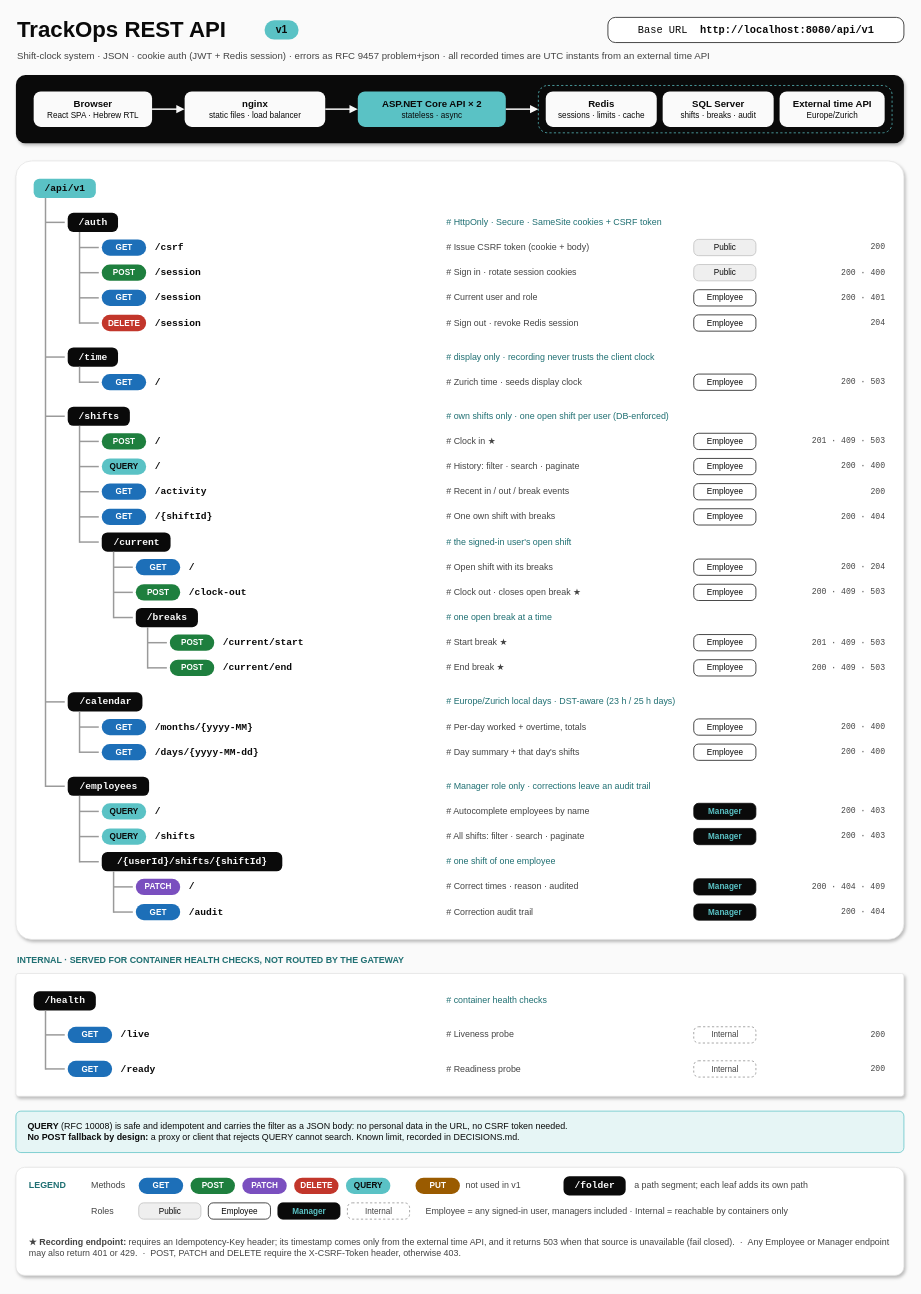
Before: page "API map" (1 of 2) of docs/api/rest-api.drawio in JusticeIL/TrackOps, a draw.io diagram. Source tidied: cells renumbered, new cells numbered last; positions are measured from the earlier drawing's top-left corner, leaving out a move shared by most shapes. Both pictures are drawn from the tidied source at 74%, with x=0, y=0 at pixel (16, 13).
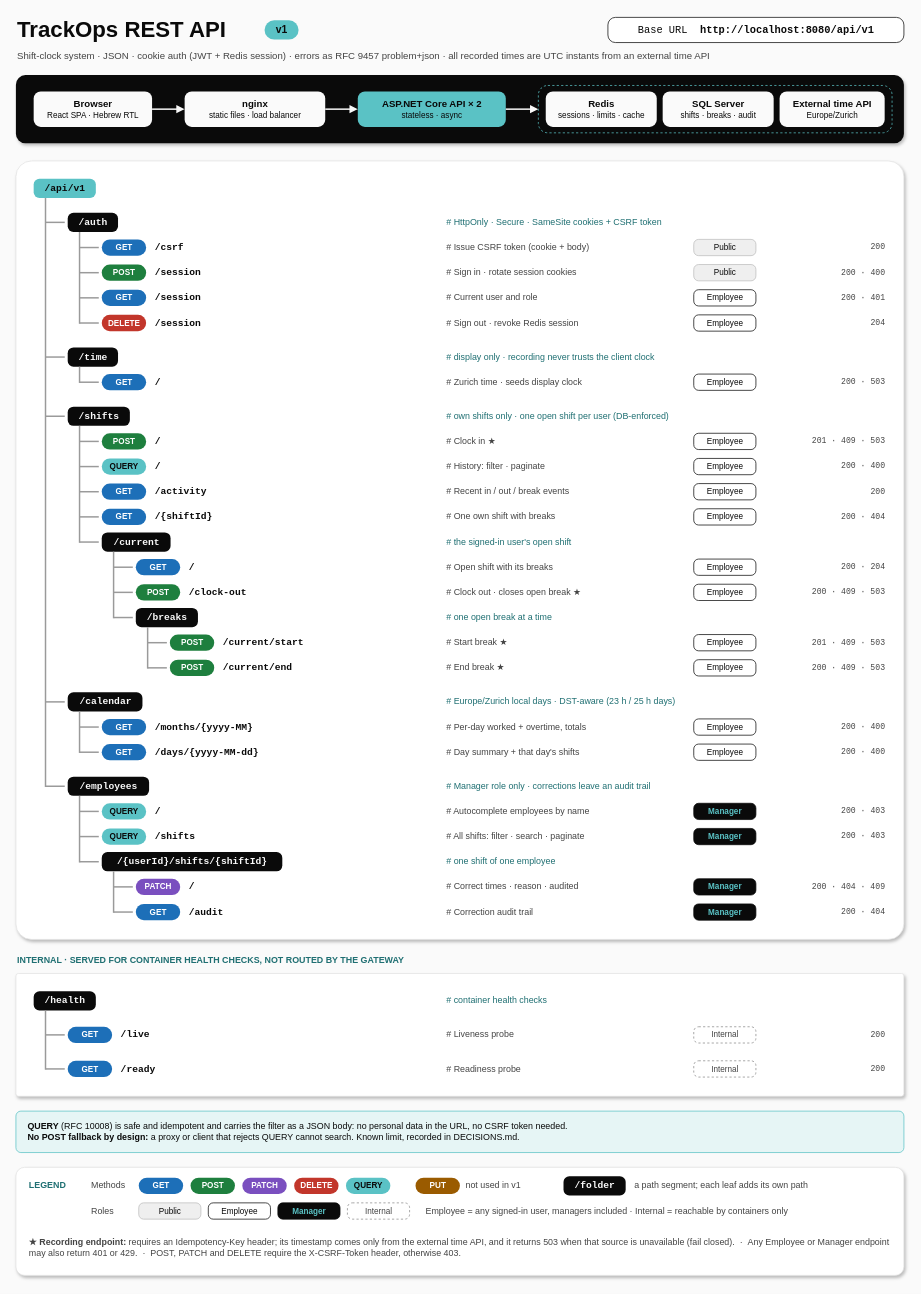
The same diagram, later.

What changed in the source:
```diff
@@
-    <mxCell id="67" value="# History: filter · search · paginate" style="text;html=1;verticalAlign=middle;align=left;fontSize=12;fontColor=#444444;" parent="1" vertex="1">
+    <mxCell id="67" value="# History: filter · paginate" style="text;html=1;verticalAlign=middle;align=left;fontSize=12;fontColor=#444444;" parent="1" vertex="1">
       <mxGeometry x="580" y="596" width="326" height="34" as="geometry" />
     </mxCell>
```
